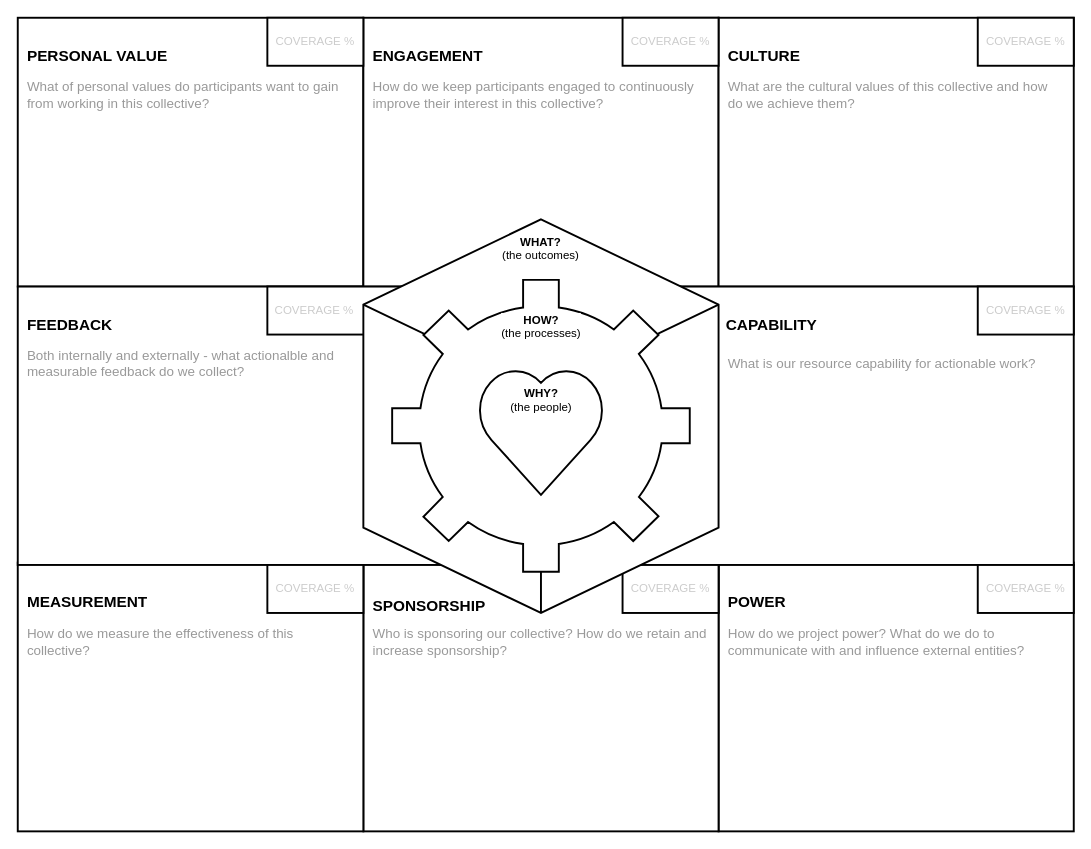
rquast/collective-action-canvas keeps this draw.io diagram as collective-action-canvas.drawio. Above is the earlier version. Source tidied: cells renumbered, new cells numbered last; positions are measured from the earlier drawing's top-left corner, leaving out a move shared by most shapes. Both pictures are drawn from the tidied source at 96%, with x=0, y=0 at pixel (17, 17).
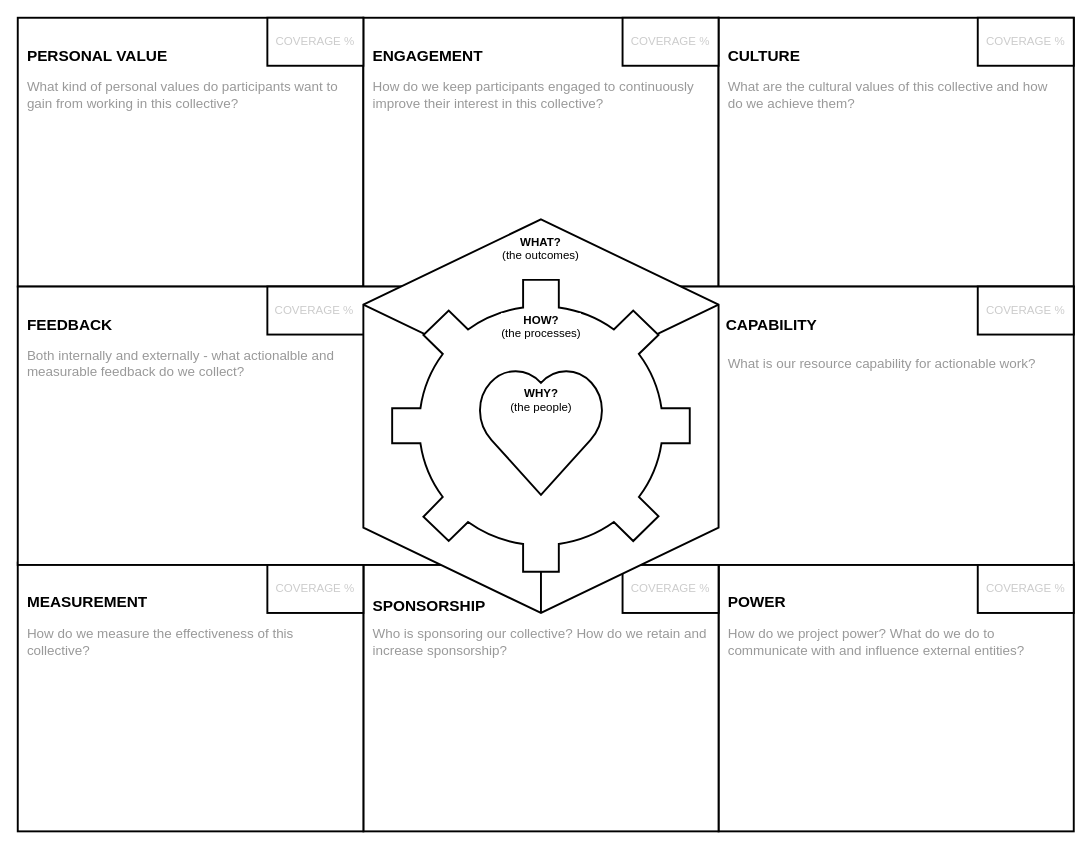
After the change.

What changed in the source:
```diff
@@
-    <mxCell id="21" value="What of personal values do participants want to gain from working in this collective?" style="text;html=1;strokeColor=none;fillColor=none;align=left;verticalAlign=middle;whiteSpace=wrap;rounded=0;fontSize=14;fontColor=#999999;spacingLeft=8;" parent="1" vertex="1">
+    <mxCell id="21" value="What kind of personal values do participants want to gain from working in this collective?" style="text;html=1;strokeColor=none;fillColor=none;align=left;verticalAlign=middle;whiteSpace=wrap;rounded=0;fontSize=14;fontColor=#999999;spacingLeft=8;" parent="1" vertex="1">
       <mxGeometry y="60" width="350" height="40" as="geometry" />
     </mxCell>
```
